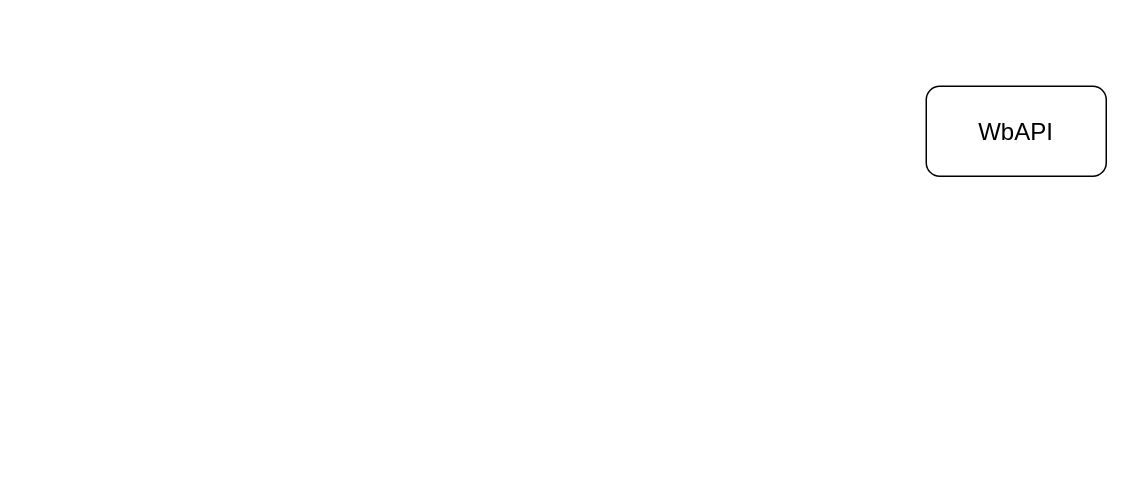
KmvRoman/Diagrams keeps this draw.io diagram as autobidder.drawio. Above is the earlier version. Source tidied: cells renumbered, new cells numbered last; positions are measured from the earlier drawing's top-left corner, leaving out a move shared by most shapes. Both pictures are drawn from the tidied source at 150%, with x=0, y=0 at pixel (926, 86).
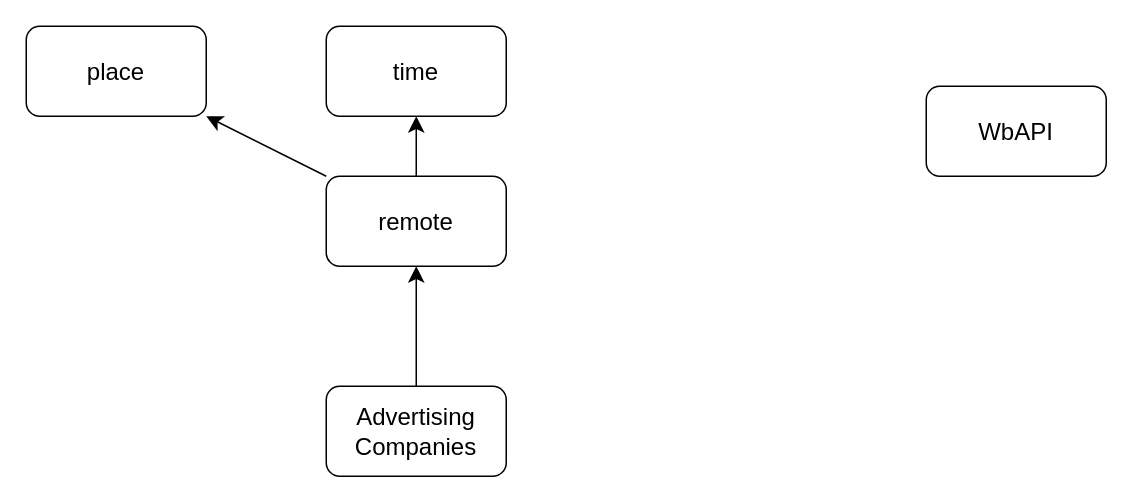
The same page after the edit.

The edit, as a diff of the source:
```diff
@@
 <mxGraphModel>
   <root>
     <mxCell id="0" />
     <mxCell id="1" parent="0" />
     <mxCell id="2" value="WbAPI" style="rounded=1;whiteSpace=wrap;html=1;fontSize=16;" parent="1" vertex="1">
       <mxGeometry width="120" height="60" as="geometry" />
     </mxCell>
+    <mxCell id="3" style="edgeStyle=none;curved=1;rounded=0;jettySize=auto;html=1;entryX=0.5;entryY=1;entryDx=0;entryDy=0;fontSize=12;startSize=8;endSize=8;" parent="1" edge="1" source="4" target="7">
+      <mxGeometry relative="1" as="geometry" />
+    </mxCell>
+    <mxCell id="4" value="Advertising Companies" style="rounded=1;whiteSpace=wrap;html=1;fontSize=16;" parent="1" vertex="1">
+      <mxGeometry x="-400" y="200" width="120" height="60" as="geometry" />
+    </mxCell>
+    <mxCell id="5" style="edgeStyle=none;curved=1;rounded=0;jettySize=auto;html=1;entryX=1;entryY=1;entryDx=0;entryDy=0;fontSize=12;startSize=8;endSize=8;" parent="1" edge="1" source="7" target="8">
+      <mxGeometry relative="1" as="geometry" />
+    </mxCell>
+    <mxCell id="6" style="edgeStyle=none;curved=1;rounded=0;jettySize=auto;html=1;entryX=0.5;entryY=1;entryDx=0;entryDy=0;fontSize=12;startSize=8;endSize=8;" parent="1" edge="1" source="7" target="9">
+      <mxGeometry relative="1" as="geometry" />
+    </mxCell>
+    <mxCell id="7" value="remote" style="rounded=1;whiteSpace=wrap;html=1;fontSize=16;" parent="1" vertex="1">
+      <mxGeometry x="-400" y="60" width="120" height="60" as="geometry" />
+    </mxCell>
+    <mxCell id="8" value="place" style="rounded=1;whiteSpace=wrap;html=1;fontSize=16;" parent="1" vertex="1">
+      <mxGeometry x="-600" y="-40" width="120" height="60" as="geometry" />
+    </mxCell>
+    <mxCell id="9" value="time" style="rounded=1;whiteSpace=wrap;html=1;fontSize=16;" parent="1" vertex="1">
+      <mxGeometry x="-400" y="-40" width="120" height="60" as="geometry" />
+    </mxCell>
   </root>
 </mxGraphModel>
```
